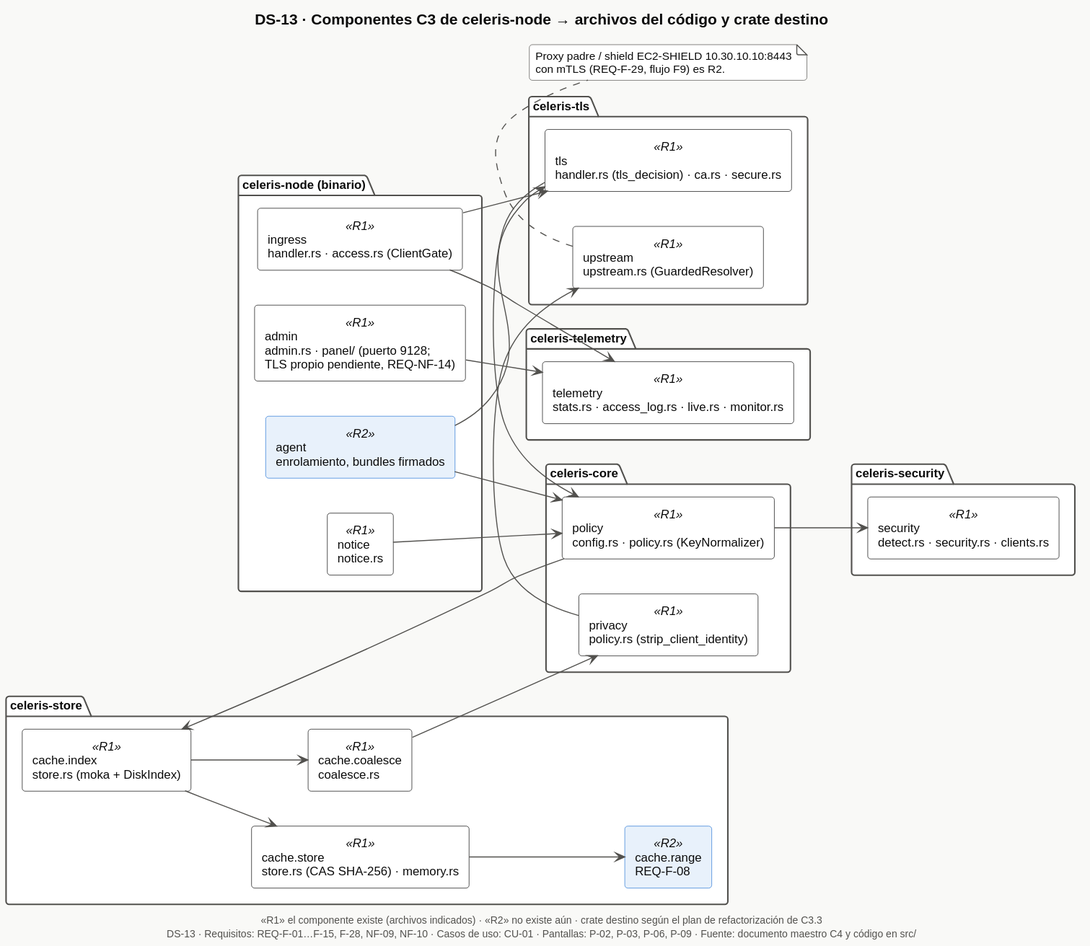
Earlier version of the PlantUML export docs/software/e1/diagramas/svg/DS-13-componentes-codigo.svg (Nick-Saim-MJ/Project-Celeris). Source of this version:
```plantuml
@startuml
!include _estilo.iuml
title DS-13 · Componentes C3 de celeris-node → archivos del código y crate destino
caption «R1» el componente existe (archivos indicados) · «R2» no existe aún · crate destino según el plan de refactorización de C3.3
skinparam componentStyle rectangle
skinparam component {
  BackgroundColor #FFFFFF
  BorderColor $INK
  BackgroundColor<<R2>> $R2FILL
  BorderColor<<R2>> $ACCENT
}
left to right direction

package "celeris-node (binario)" {
  [ingress\nhandler.rs · access.rs (ClientGate)] as ING <<R1>>
  [admin\nadmin.rs · panel/ (puerto 9128;\nTLS propio pendiente, REQ-NF-14)] as ADM <<R1>>
  [notice\nnotice.rs] as NOT <<R1>>
  [agent\nenrolamiento, bundles firmados] as AG <<R2>>
}
package "celeris-tls" {
  [tls\nhandler.rs (tls_decision) · ca.rs · secure.rs] as TLS <<R1>>
  [upstream\nupstream.rs (GuardedResolver)] as UP <<R1>>
}
package "celeris-core" {
  [policy\nconfig.rs · policy.rs (KeyNormalizer)] as POL <<R1>>
  [privacy\npolicy.rs (strip_client_identity)] as PRV <<R1>>
}
package "celeris-store" {
  [cache.index\nstore.rs (moka + DiskIndex)] as IDX <<R1>>
  [cache.coalesce\ncoalesce.rs] as COA <<R1>>
  [cache.store\nstore.rs (CAS SHA-256) · memory.rs] as ST <<R1>>
  [cache.range\nREQ-F-08] as RG <<R2>>
}
package "celeris-security" {
  [security\ndetect.rs · security.rs · clients.rs] as SEC <<R1>>
}
package "celeris-telemetry" {
  [telemetry\nstats.rs · access_log.rs · live.rs · monitor.rs] as TEL <<R1>>
}

ING --> TLS
TLS --> POL
POL --> IDX
IDX --> COA
COA --> PRV
PRV --> UP
IDX --> ST
ST --> RG
POL --> SEC
ING --> TEL
ADM --> TEL
NOT --> POL
AG --> POL
AG --> TLS

note bottom of UP
  Proxy padre / shield EC2-SHIELD 10.30.10.10:8443
  con mTLS (REQ-F-29, flujo F9) es R2.
end note

$pie("DS-13", "REQ-F-01…F-15, F-28, NF-09, NF-10", "CU-01", "P-02, P-03, P-06, P-09")
@enduml
```
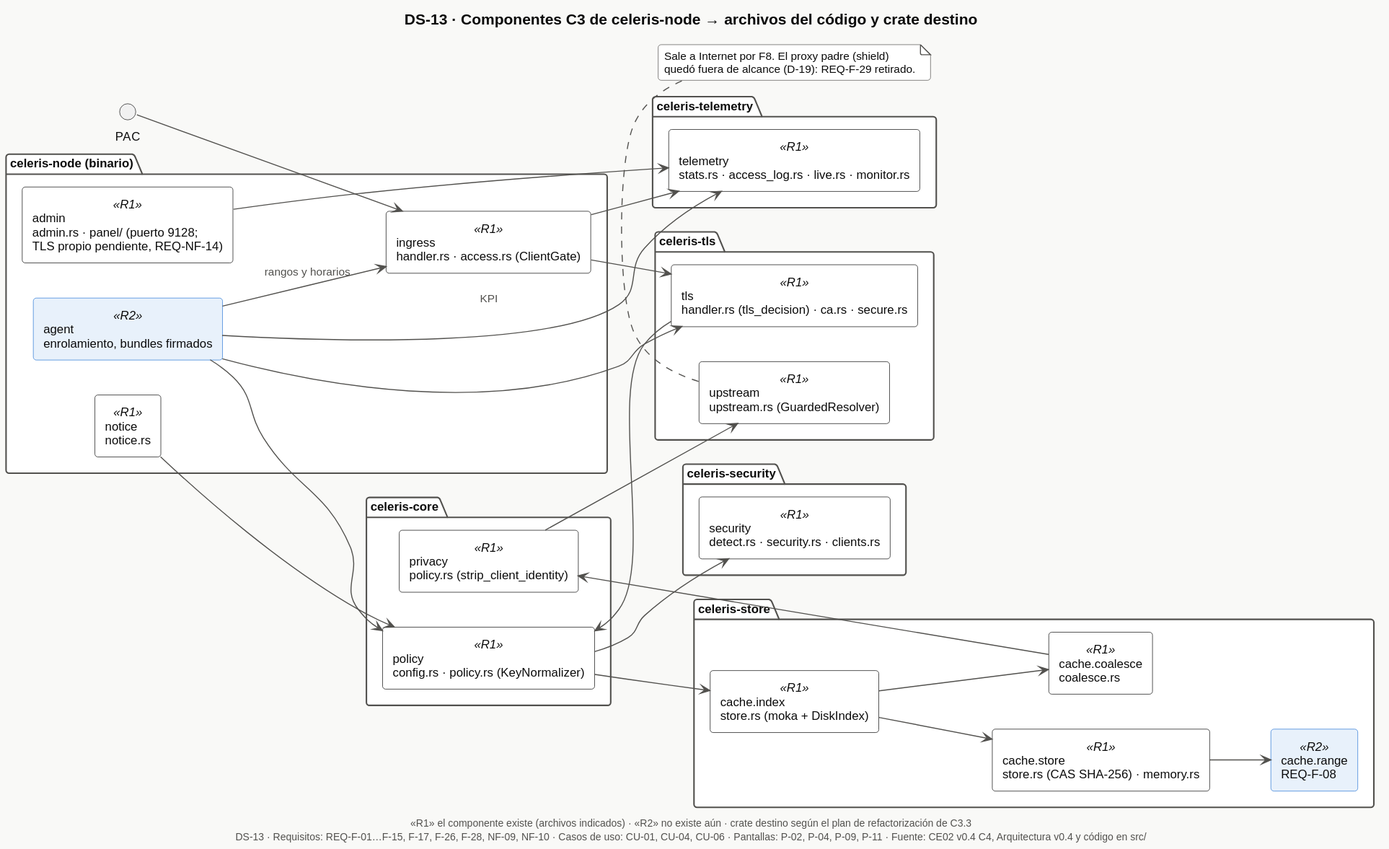
After the commit.

Diff of the diagram source:
```diff
@@ -52,11 +52,14 @@
 NOT --> POL
 AG --> POL
 AG --> TLS
+AG --> ING : rangos y horarios
+AG --> TEL : KPI
+PAC --> ING
 
 note bottom of UP
-  Proxy padre / shield EC2-SHIELD 10.30.10.10:8443
-  con mTLS (REQ-F-29, flujo F9) es R2.
+  Sale a Internet por F8. El proxy padre (shield)
+  quedó fuera de alcance (D-19): REQ-F-29 retirado.
 end note
 
-$pie("DS-13", "REQ-F-01…F-15, F-28, NF-09, NF-10", "CU-01", "P-02, P-03, P-06, P-09")
+$pie("DS-13", "REQ-F-01…F-15, F-17, F-26, F-28, NF-09, NF-10", "CU-01, CU-04, CU-06", "P-02, P-04, P-09, P-11")
 @enduml
```
